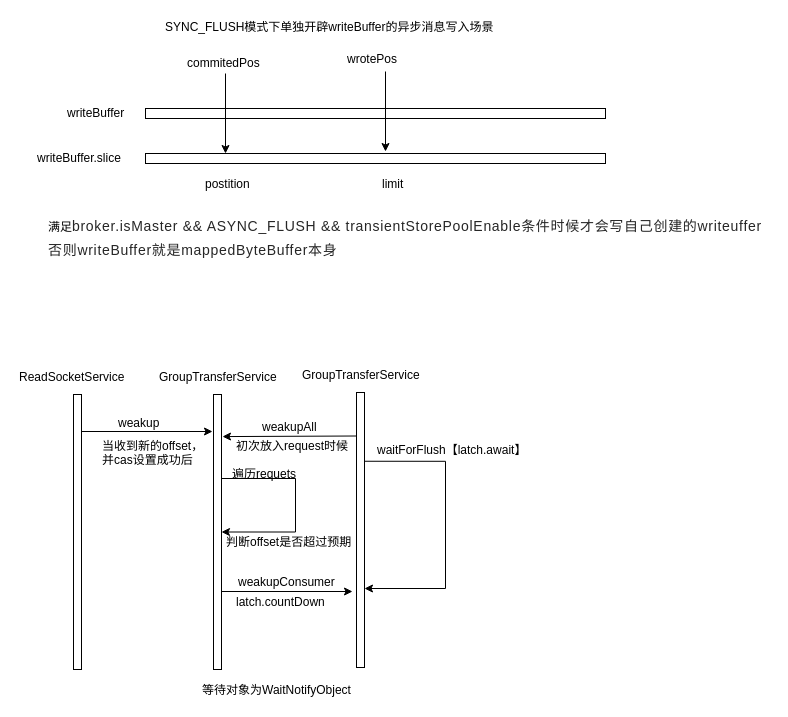
This is rocketmq.drawio from MihirrajDixit/drawio, a draw.io file, before an edit. Source tidied: cells renumbered, new cells numbered last; positions are measured from the earlier drawing's top-left corner, leaving out a move shared by most shapes. Both pictures are drawn from the tidied source at 100%, with x=0, y=0 at pixel (17, 17).
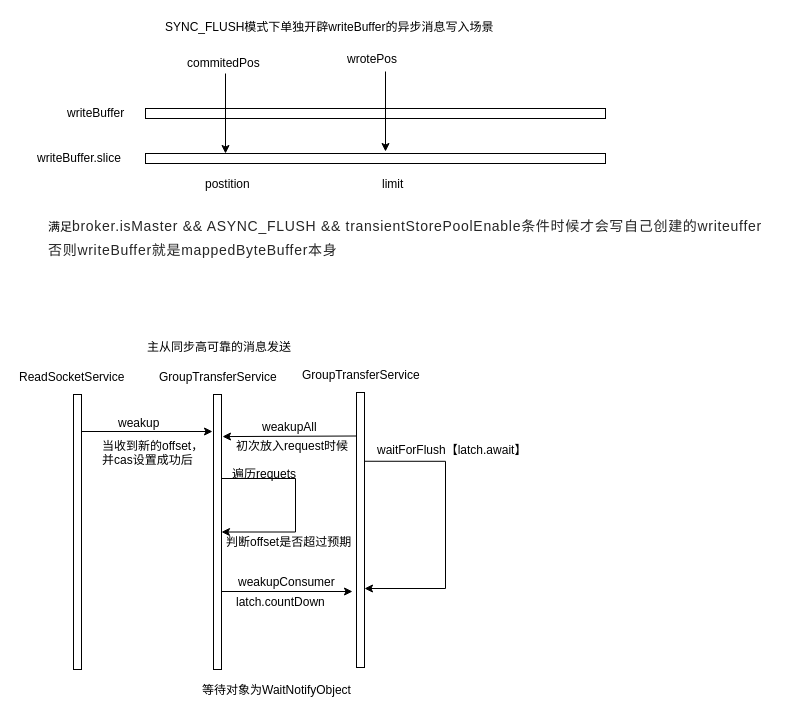
The same page after the edit.

Diff of the diagram source:
```diff
@@
+    <mxCell id="35" value="主从同步高可靠的消息发送" style="text;html=1;align=left;verticalAlign=top;spacingTop=-4;" parent="1" vertex="1">
+      <mxGeometry x="128" y="320" width="160" height="20" as="geometry" />
+    </mxCell>
```
